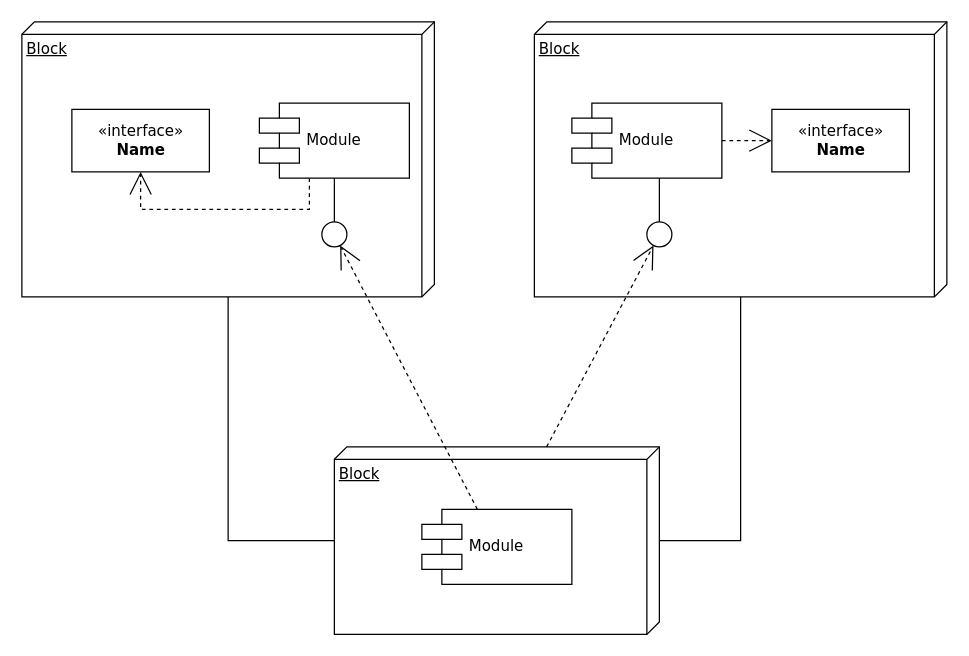
This is Untitled Diagram.drawio from j-croix/Python_basics, a draw.io file, before an edit. Source tidied: cells renumbered, new cells numbered last; positions are measured from the earlier drawing's top-left corner, leaving out a move shared by most shapes. Both pictures are drawn from the tidied source at 125%, with x=0, y=0 at pixel (21, 21).
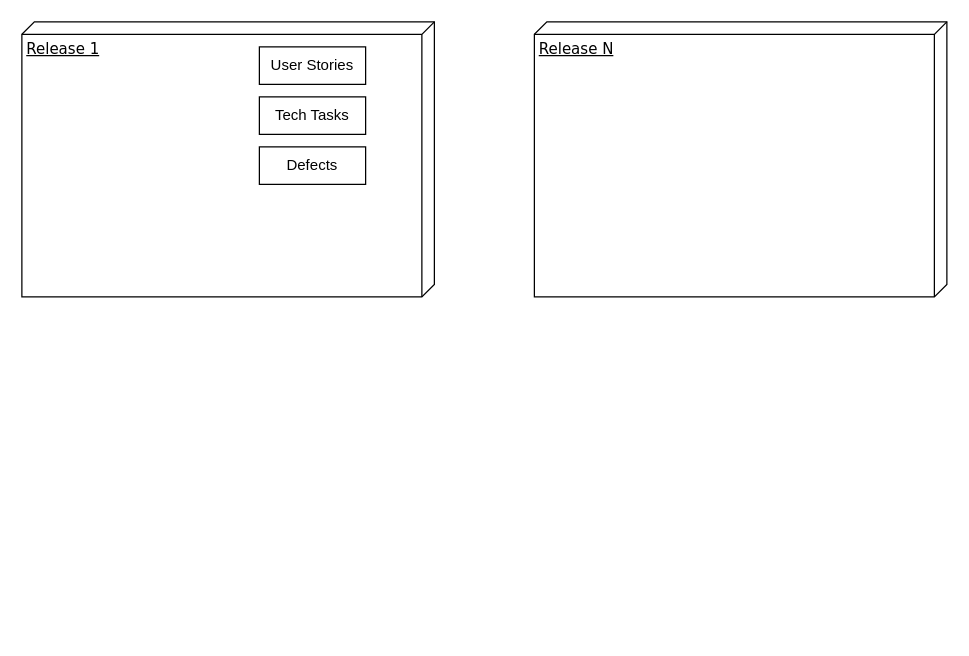
The same diagram, later.

The edit, as a diff of the source:
```diff
@@
-    <mxCell id="2" value="Block" style="verticalAlign=top;align=left;spacingTop=8;spacingLeft=2;spacingRight=12;shape=cube;size=10;direction=south;fontStyle=4;html=1;rounded=0;shadow=0;comic=0;labelBackgroundColor=none;strokeWidth=1;fontFamily=Verdana;fontSize=12;" parent="1" vertex="1">
+    <mxCell id="2" value="Release 1" style="verticalAlign=top;align=left;spacingTop=8;spacingLeft=2;spacingRight=12;shape=cube;size=10;direction=south;fontStyle=4;html=1;rounded=0;shadow=0;comic=0;labelBackgroundColor=none;strokeWidth=1;fontFamily=Verdana;fontSize=12;" parent="1" vertex="1">
       <mxGeometry width="330" height="220" as="geometry" />
     </mxCell>
-    <mxCell id="3" value="Block" style="verticalAlign=top;align=left;spacingTop=8;spacingLeft=2;spacingRight=12;shape=cube;size=10;direction=south;fontStyle=4;html=1;rounded=0;shadow=0;comic=0;labelBackgroundColor=none;strokeWidth=1;fontFamily=Verdana;fontSize=12;" parent="1" vertex="1">
+    <mxCell id="3" value="Release N" style="verticalAlign=top;align=left;spacingTop=8;spacingLeft=2;spacingRight=12;shape=cube;size=10;direction=south;fontStyle=4;html=1;rounded=0;shadow=0;comic=0;labelBackgroundColor=none;strokeWidth=1;fontFamily=Verdana;fontSize=12;" parent="1" vertex="1">
       <mxGeometry x="410" width="330" height="220" as="geometry" />
     </mxCell>
-    <mxCell id="4" value="Block" style="verticalAlign=top;align=left;spacingTop=8;spacingLeft=2;spacingRight=12;shape=cube;size=10;direction=south;fontStyle=4;html=1;rounded=0;shadow=0;comic=0;labelBackgroundColor=none;strokeWidth=1;fontFamily=Verdana;fontSize=12;" parent="1" vertex="1">
-      <mxGeometry x="250" y="340" width="260" height="150" as="geometry" />
-    </mxCell>
-    <mxCell id="5" value="&amp;laquo;interface&amp;raquo;&lt;br&gt;&lt;b&gt;Name&lt;/b&gt;" style="html=1;rounded=0;shadow=0;comic=0;labelBackgroundColor=none;strokeWidth=1;fontFamily=Verdana;fontSize=12;align=center;" parent="1" vertex="1">
-      <mxGeometry x="40" y="70" width="110" height="50" as="geometry" />
-    </mxCell>
-    <mxCell id="6" value="Module" style="shape=component;align=left;spacingLeft=36;rounded=0;shadow=0;comic=0;labelBackgroundColor=none;strokeWidth=1;fontFamily=Verdana;fontSize=12;html=1;" parent="1" vertex="1">
-      <mxGeometry x="190" y="65" width="120" height="60" as="geometry" />
-    </mxCell>
-    <mxCell id="7" style="ellipse;whiteSpace=wrap;html=1;rounded=0;shadow=0;comic=0;labelBackgroundColor=none;strokeWidth=1;fontFamily=Verdana;fontSize=12;align=center;" parent="1" vertex="1">
-      <mxGeometry x="240" y="160" width="20" height="20" as="geometry" />
-    </mxCell>
-    <mxCell id="8" value="Module" style="shape=component;align=left;spacingLeft=36;rounded=0;shadow=0;comic=0;labelBackgroundColor=none;strokeWidth=1;fontFamily=Verdana;fontSize=12;html=1;" parent="1" vertex="1">
-      <mxGeometry x="440" y="65" width="120" height="60" as="geometry" />
-    </mxCell>
-    <mxCell id="9" value="&amp;laquo;interface&amp;raquo;&lt;br&gt;&lt;b&gt;Name&lt;/b&gt;" style="html=1;rounded=0;shadow=0;comic=0;labelBackgroundColor=none;strokeWidth=1;fontFamily=Verdana;fontSize=12;align=center;" parent="1" vertex="1">
-      <mxGeometry x="600" y="70" width="110" height="50" as="geometry" />
-    </mxCell>
-    <mxCell id="10" style="ellipse;whiteSpace=wrap;html=1;rounded=0;shadow=0;comic=0;labelBackgroundColor=none;strokeWidth=1;fontFamily=Verdana;fontSize=12;align=center;" parent="1" vertex="1">
-      <mxGeometry x="500" y="160" width="20" height="20" as="geometry" />
-    </mxCell>
-    <mxCell id="11" value="Module" style="shape=component;align=left;spacingLeft=36;rounded=0;shadow=0;comic=0;labelBackgroundColor=none;strokeWidth=1;fontFamily=Verdana;fontSize=12;html=1;" parent="1" vertex="1">
-      <mxGeometry x="320" y="390" width="120" height="60" as="geometry" />
-    </mxCell>
-    <mxCell id="12" style="edgeStyle=none;rounded=0;html=1;dashed=1;labelBackgroundColor=none;startArrow=none;startFill=0;startSize=8;endArrow=open;endFill=0;endSize=16;fontFamily=Verdana;fontSize=12;" parent="1" edge="1" source="11" target="7">
-      <mxGeometry relative="1" as="geometry" />
-    </mxCell>
-    <mxCell id="13" style="edgeStyle=none;rounded=0;html=1;dashed=1;labelBackgroundColor=none;startArrow=none;startFill=0;startSize=8;endArrow=open;endFill=0;endSize=16;fontFamily=Verdana;fontSize=12;" parent="1" edge="1" source="4" target="10">
-      <mxGeometry relative="1" as="geometry" />
-    </mxCell>
-    <mxCell id="14" style="edgeStyle=elbowEdgeStyle;rounded=0;html=1;labelBackgroundColor=none;startArrow=none;startFill=0;startSize=8;endArrow=none;endFill=0;endSize=16;fontFamily=Verdana;fontSize=12;" parent="1" edge="1" source="10" target="8">
-      <mxGeometry relative="1" as="geometry" />
-    </mxCell>
-    <mxCell id="15" style="edgeStyle=elbowEdgeStyle;rounded=0;html=1;labelBackgroundColor=none;startArrow=none;startFill=0;startSize=8;endArrow=none;endFill=0;endSize=16;fontFamily=Verdana;fontSize=12;" parent="1" edge="1" source="7" target="6">
-      <mxGeometry relative="1" as="geometry" />
-    </mxCell>
-    <mxCell id="16" style="edgeStyle=orthogonalEdgeStyle;rounded=0;html=1;labelBackgroundColor=none;startArrow=none;startFill=0;startSize=8;endArrow=open;endFill=0;endSize=16;fontFamily=Verdana;fontSize=12;dashed=1;" parent="1" edge="1" source="6" target="5">
-      <mxGeometry relative="1" as="geometry">
-        <Array as="points">
-          <mxPoint x="230" y="150" />
-          <mxPoint x="95" y="150" />
-        </Array>
-      </mxGeometry>
-    </mxCell>
-    <mxCell id="17" style="edgeStyle=orthogonalEdgeStyle;rounded=0;html=1;dashed=1;labelBackgroundColor=none;startArrow=none;startFill=0;startSize=8;endArrow=open;endFill=0;endSize=16;fontFamily=Verdana;fontSize=12;" parent="1" edge="1" source="8" target="9">
-      <mxGeometry relative="1" as="geometry" />
-    </mxCell>
-    <mxCell id="18" style="edgeStyle=orthogonalEdgeStyle;rounded=0;html=1;labelBackgroundColor=none;startArrow=none;startFill=0;startSize=8;endArrow=none;endFill=0;endSize=16;fontFamily=Verdana;fontSize=12;" parent="1" edge="1" source="4" target="3">
-      <mxGeometry relative="1" as="geometry">
-        <Array as="points">
-          <mxPoint x="575" y="415" />
-        </Array>
-      </mxGeometry>
-    </mxCell>
-    <mxCell id="19" style="edgeStyle=orthogonalEdgeStyle;rounded=0;html=1;labelBackgroundColor=none;startArrow=none;startFill=0;startSize=8;endArrow=none;endFill=0;endSize=16;fontFamily=Verdana;fontSize=12;" parent="1" edge="1" source="4" target="2">
-      <mxGeometry relative="1" as="geometry">
-        <Array as="points">
-          <mxPoint x="165" y="415" />
-        </Array>
-      </mxGeometry>
-    </mxCell>
+    <mxCell id="20" value="User Stories" style="rounded=0;whiteSpace=wrap;html=1;" parent="1" vertex="1">
+      <mxGeometry x="190" y="20" width="85" height="30" as="geometry" />
+    </mxCell>
+    <mxCell id="21" value="Tech Tasks" style="rounded=0;whiteSpace=wrap;html=1;" parent="1" vertex="1">
+      <mxGeometry x="190" y="60" width="85" height="30" as="geometry" />
+    </mxCell>
+    <mxCell id="22" value="Defects" style="rounded=0;whiteSpace=wrap;html=1;" parent="1" vertex="1">
+      <mxGeometry x="190" y="100" width="85" height="30" as="geometry" />
+    </mxCell>
```
